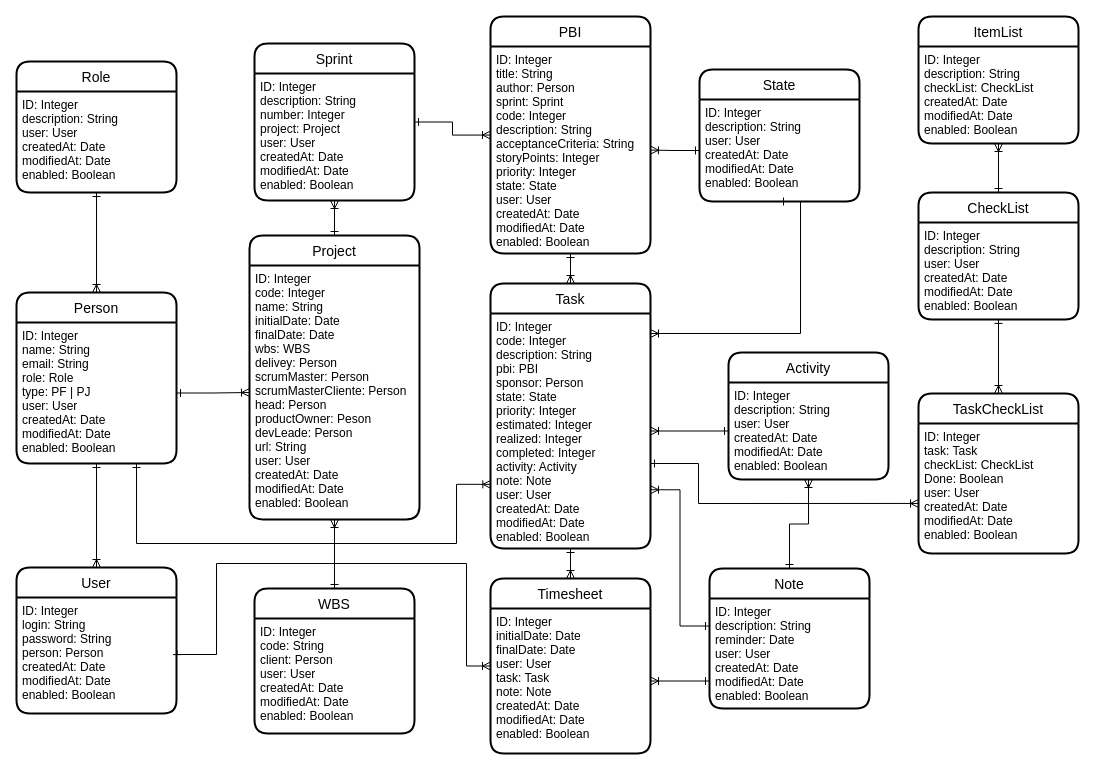
The draw.io diagram modelo_dados.drawio in marcoscrocci/timesheet, before the edit. Source tidied: cells renumbered, new cells numbered last; positions are measured from the earlier drawing's top-left corner, leaving out a move shared by most shapes. Both pictures are drawn from the tidied source at 100%, with x=0, y=0 at pixel (16, 16).
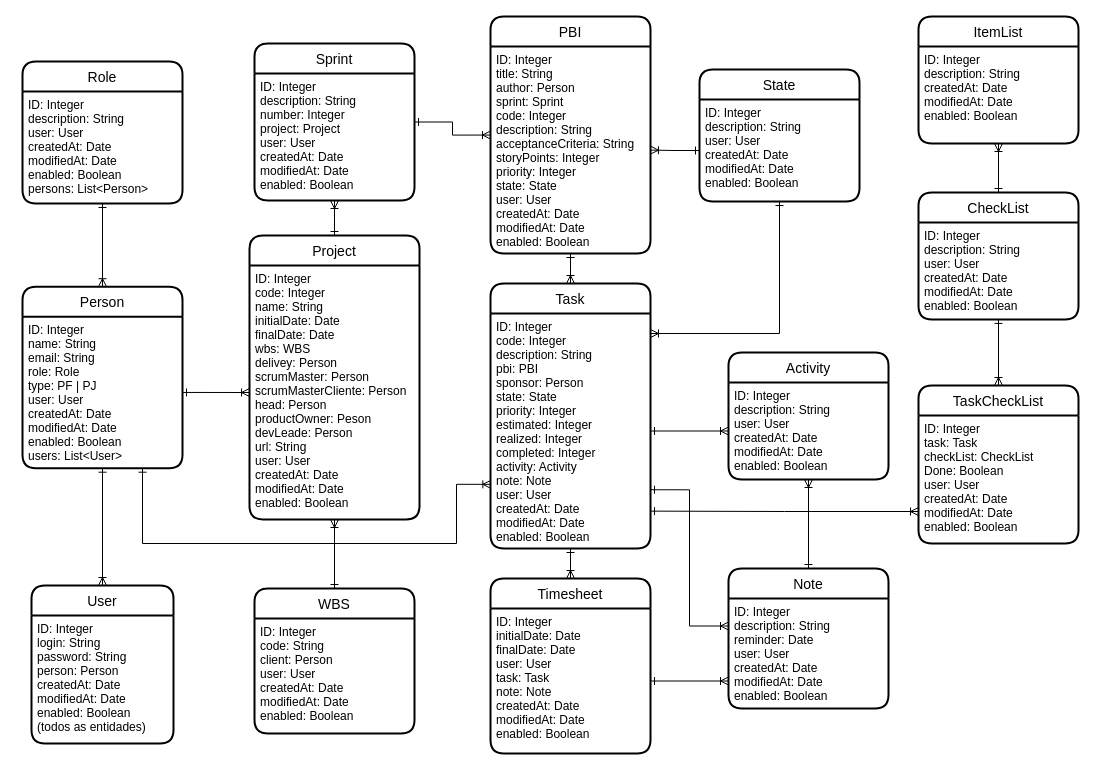
The same diagram, later.

Commit message:
feat(Modelo de Dados) Ajustes de relacionamento entre as entidades

Unchanged cells that the change refers to:
```xml
<mxCell id="12" value="Task" style="swimlane;horizontal=1;startSize=30;rounded=1;fontSize=14;fontStyle=0;strokeWidth=2;shadow=0;dashed=0;align=center;" parent="1" vertex="1">
  <mxGeometry x="474" y="267" width="160" height="265" as="geometry" />
</mxCell>
<mxCell id="13" value="ID: Integer&#10;code: Integer&#10;description: String&#10;pbi: PBI&#10;sponsor: Person&#10;state: State&#10;priority: Integer&#10;estimated: Integer&#10;realized: Integer&#10;completed: Integer&#10;activity: Activity&#10;note: Note&#10;user: User&#10;createdAt: Date&#10;modifiedAt: Date&#10;enabled: Boolean" style="align=left;strokeColor=none;fillColor=none;spacingLeft=4;fontSize=12;verticalAlign=top;" parent="12" vertex="1">
  <mxGeometry y="30" width="160" height="235" as="geometry" />
</mxCell>
<mxCell id="14" value="Timesheet" style="swimlane;horizontal=1;startSize=30;rounded=1;fontSize=14;fontStyle=0;strokeWidth=2;shadow=0;dashed=0;align=center;" parent="1" vertex="1">
  <mxGeometry x="474" y="562" width="160" height="175" as="geometry" />
</mxCell>
<mxCell id="15" value="ID: Integer&#10;initialDate: Date&#10;finalDate: Date&#10;user: User&#10;task: Task&#10;note: Note&#10;createdAt: Date&#10;modifiedAt: Date&#10;enabled: Boolean" style="align=left;strokeColor=none;fillColor=none;spacingLeft=4;fontSize=12;verticalAlign=top;" parent="14" vertex="1">
  <mxGeometry y="30" width="160" height="145" as="geometry" />
</mxCell>
<mxCell id="23" value="ID: Integer&#10;description: String&#10;user: User&#10;createdAt: Date&#10;modifiedAt: Date&#10;enabled: Boolean" style="align=left;strokeColor=none;fillColor=none;spacingLeft=4;fontSize=12;verticalAlign=top;" parent="22" vertex="1">
  <mxGeometry y="30" width="160" height="102" as="geometry" />
</mxCell>
<mxCell id="27" value="ID: Integer&#10;description: String&#10;user: User&#10;createdAt: Date&#10;modifiedAt: Date&#10;enabled: Boolean" style="align=left;strokeColor=none;fillColor=none;spacingLeft=4;fontSize=12;verticalAlign=top;" parent="26" vertex="1">
  <mxGeometry y="30" width="160" height="97" as="geometry" />
</mxCell>
<mxCell id="31" value="ID: Integer&#10;description: String&#10;reminder: Date&#10;user: User&#10;createdAt: Date&#10;modifiedAt: Date&#10;enabled: Boolean" style="align=left;strokeColor=none;fillColor=none;spacingLeft=4;fontSize=12;verticalAlign=top;" parent="30" vertex="1">
  <mxGeometry y="30" width="160" height="110" as="geometry" />
</mxCell>
<mxCell id="43" value="CheckList" style="swimlane;horizontal=1;startSize=30;rounded=1;fontSize=14;fontStyle=0;strokeWidth=2;shadow=0;dashed=0;align=center;" parent="1" vertex="1">
  <mxGeometry x="902" y="176" width="160" height="126.9" as="geometry" />
</mxCell>
<mxCell id="44" value="ID: Integer&#10;description: String&#10;user: User&#10;createdAt: Date&#10;modifiedAt: Date&#10;enabled: Boolean" style="align=left;strokeColor=none;fillColor=none;spacingLeft=4;fontSize=12;verticalAlign=top;" parent="43" vertex="1">
  <mxGeometry y="30" width="160" height="96.9" as="geometry" />
</mxCell>
<mxCell id="45" value="ItemList" style="swimlane;horizontal=1;startSize=30;rounded=1;fontSize=14;fontStyle=0;strokeWidth=2;shadow=0;dashed=0;align=center;" parent="1" vertex="1">
  <mxGeometry x="902" y="0.1" width="160" height="126.9" as="geometry" />
</mxCell>
```

Diff of the diagram source:
```diff
@@
     <mxCell id="5" value="Person" style="swimlane;horizontal=1;startSize=30;rounded=1;fontSize=14;fontStyle=0;strokeWidth=2;shadow=0;dashed=0;align=center;" parent="1" vertex="1">
-      <mxGeometry y="276" width="160" height="171" as="geometry" />
+      <mxGeometry x="6" y="270.2" width="160" height="181.5" as="geometry" />
     </mxCell>
-    <mxCell id="6" value="ID: Integer&#10;name: String&#10;email: String&#10;role: Role&#10;type: PF | PJ&#10;user: User&#10;createdAt: Date&#10;modifiedAt: Date&#10;enabled: Boolean" style="align=left;strokeColor=none;fillColor=none;spacingLeft=4;fontSize=12;verticalAlign=top;" parent="5" vertex="1">
-      <mxGeometry y="30" width="160" height="141" as="geometry" />
+    <mxCell id="6" value="ID: Integer&#10;name: String&#10;email: String&#10;role: Role&#10;type: PF | PJ&#10;user: User&#10;createdAt: Date&#10;modifiedAt: Date&#10;enabled: Boolean&#10;users: List&lt;User&gt;" style="align=left;strokeColor=none;fillColor=none;spacingLeft=4;fontSize=12;verticalAlign=top;" parent="5" vertex="1">
+      <mxGeometry y="30" width="160" height="151.5" as="geometry" />
     </mxCell>
@@
-    <mxCell id="11" style="edgeStyle=orthogonalEdgeStyle;rounded=0;jettySize=auto;html=1;startArrow=ERone;startFill=0;endArrow=ERoneToMany;endFill=0;entryX=0;entryY=0.615;entryDx=0;entryDy=0;entryPerimeter=0;" parent="1" edge="1" source="12" target="49">
-      <mxGeometry relative="1" as="geometry">
-        <Array as="points">
-          <mxPoint x="682" y="447" />
-          <mxPoint x="682" y="487" />
-        </Array>
-      </mxGeometry>
-    </mxCell>
@@
     <mxCell id="19" value="Role" style="swimlane;horizontal=1;startSize=30;rounded=1;fontSize=14;fontStyle=0;strokeWidth=2;shadow=0;dashed=0;align=center;" parent="1" vertex="1">
-      <mxGeometry y="45" width="160" height="131" as="geometry" />
+      <mxGeometry x="6" y="45" width="160" height="142" as="geometry" />
     </mxCell>
-    <mxCell id="20" value="ID: Integer&#10;description: String&#10;user: User&#10;createdAt: Date&#10;modifiedAt: Date&#10;enabled: Boolean" style="align=left;strokeColor=none;fillColor=none;spacingLeft=4;fontSize=12;verticalAlign=top;" parent="19" vertex="1">
-      <mxGeometry y="30" width="160" height="101" as="geometry" />
+    <mxCell id="20" value="ID: Integer&#10;description: String&#10;user: User&#10;createdAt: Date&#10;modifiedAt: Date&#10;enabled: Boolean&#10;persons: List&lt;Person&gt;" style="align=left;strokeColor=none;fillColor=none;spacingLeft=4;fontSize=12;verticalAlign=top;" parent="19" vertex="1">
+      <mxGeometry y="30" width="160" height="112" as="geometry" />
     </mxCell>
@@
     <mxCell id="25" style="edgeStyle=orthogonalEdgeStyle;rounded=0;jettySize=auto;html=1;exitX=0.5;exitY=1;exitDx=0;exitDy=0;startArrow=ERone;startFill=0;endArrow=ERoneToMany;endFill=0;" parent="1" edge="1" source="23">
       <mxGeometry relative="1" as="geometry">
         <mxPoint x="634" y="317" as="targetPoint" />
         <Array as="points">
-          <mxPoint x="784" y="317" />
+          <mxPoint x="763" y="317" />
         </Array>
       </mxGeometry>
     </mxCell>
@@
-    <mxCell id="28" style="edgeStyle=orthogonalEdgeStyle;rounded=0;jettySize=auto;html=1;startArrow=ERone;startFill=0;endArrow=ERoneToMany;endFill=0;" parent="1" edge="1" source="27" target="13">
+    <mxCell id="28" style="edgeStyle=orthogonalEdgeStyle;rounded=0;jettySize=auto;html=1;startArrow=ERoneToMany;startFill=0;endArrow=ERone;endFill=0;" parent="1" edge="1" source="27" target="13">
       <mxGeometry relative="1" as="geometry" />
     </mxCell>
@@
     <mxCell id="30" value="Note" style="swimlane;horizontal=1;startSize=30;rounded=1;fontSize=14;fontStyle=0;strokeWidth=2;shadow=0;dashed=0;align=center;" parent="1" vertex="1">
-      <mxGeometry x="693" y="552" width="160" height="140" as="geometry" />
+      <mxGeometry x="712" y="552" width="160" height="140" as="geometry" />
     </mxCell>
@@
-    <mxCell id="35" style="edgeStyle=orthogonalEdgeStyle;rounded=0;jettySize=auto;html=1;exitX=0;exitY=0.75;exitDx=0;exitDy=0;startArrow=ERone;startFill=0;endArrow=ERoneToMany;endFill=0;entryX=1;entryY=0.5;entryDx=0;entryDy=0;" parent="1" edge="1" source="31" target="15">
+    <mxCell id="35" style="edgeStyle=orthogonalEdgeStyle;rounded=0;jettySize=auto;html=1;exitX=0;exitY=0.75;exitDx=0;exitDy=0;startArrow=ERoneToMany;startFill=0;endArrow=ERone;endFill=0;entryX=1;entryY=0.5;entryDx=0;entryDy=0;" parent="1" edge="1" source="31" target="15">
       <mxGeometry relative="1" as="geometry" />
     </mxCell>
-    <mxCell id="36" style="edgeStyle=orthogonalEdgeStyle;rounded=0;jettySize=auto;html=1;exitX=0;exitY=0.25;exitDx=0;exitDy=0;entryX=1;entryY=0.75;entryDx=0;entryDy=0;startArrow=ERone;startFill=0;endArrow=ERoneToMany;endFill=0;" parent="1" edge="1" source="31" target="13">
+    <mxCell id="36" style="edgeStyle=orthogonalEdgeStyle;rounded=0;jettySize=auto;html=1;exitX=0;exitY=0.25;exitDx=0;exitDy=0;entryX=1;entryY=0.75;entryDx=0;entryDy=0;startArrow=ERoneToMany;startFill=0;endArrow=ERone;endFill=0;" parent="1" edge="1" source="31" target="13">
       <mxGeometry relative="1" as="geometry" />
     </mxCell>
     <mxCell id="37" value="User" style="swimlane;horizontal=1;startSize=30;rounded=1;fontSize=14;fontStyle=0;strokeWidth=2;shadow=0;dashed=0;align=center;" parent="1" vertex="1">
-      <mxGeometry y="551" width="160" height="146" as="geometry" />
+      <mxGeometry x="15" y="569" width="142" height="158" as="geometry" />
     </mxCell>
-    <mxCell id="38" value="ID: Integer&#10;login: String&#10;password: String&#10;person: Person&#10;createdAt: Date&#10;modifiedAt: Date&#10;enabled: Boolean" style="align=left;strokeColor=none;fillColor=none;spacingLeft=4;fontSize=12;verticalAlign=top;" parent="37" vertex="1">
-      <mxGeometry y="30" width="160" height="116" as="geometry" />
+    <mxCell id="38" value="ID: Integer&#10;login: String&#10;password: String&#10;person: Person&#10;createdAt: Date&#10;modifiedAt: Date&#10;enabled: Boolean&#10;(todos as entidades)" style="align=left;strokeColor=none;fillColor=none;spacingLeft=4;fontSize=12;verticalAlign=top;" parent="37" vertex="1">
+      <mxGeometry y="30" width="142" height="128" as="geometry" />
     </mxCell>
@@
     <mxCell id="40" style="edgeStyle=orthogonalEdgeStyle;rounded=0;jettySize=auto;html=1;exitX=0.75;exitY=1;exitDx=0;exitDy=0;entryX=0.002;entryY=0.727;entryDx=0;entryDy=0;startArrow=ERone;startFill=0;endArrow=ERoneToMany;endFill=0;entryPerimeter=0;" parent="1" edge="1" source="6" target="13">
       <mxGeometry relative="1" as="geometry">
         <Array as="points">
-          <mxPoint x="120" y="527" />
+          <mxPoint x="126" y="527" />
           <mxPoint x="440" y="527" />
           <mxPoint x="440" y="468" />
         </Array>
       </mxGeometry>
     </mxCell>
-    <mxCell id="41" style="edgeStyle=orthogonalEdgeStyle;rounded=0;jettySize=auto;html=1;entryX=0;entryY=0.5;entryDx=0;entryDy=0;startArrow=ERone;startFill=0;endArrow=ERoneToMany;endFill=0;exitX=1.003;exitY=0.458;exitDx=0;exitDy=0;exitPerimeter=0;" parent="1" edge="1" source="38" target="14">
-      <mxGeometry relative="1" as="geometry">
-        <Array as="points">
-          <mxPoint x="160" y="638" />
-          <mxPoint x="200" y="638" />
-          <mxPoint x="200" y="547" />
-          <mxPoint x="450" y="547" />
-          <mxPoint x="450" y="650" />
-        </Array>
-      </mxGeometry>
-    </mxCell>
@@
-    <mxCell id="46" value="ID: Integer&#10;description: String&#10;checkList: CheckList&#10;createdAt: Date&#10;modifiedAt: Date&#10;enabled: Boolean" style="align=left;strokeColor=none;fillColor=none;spacingLeft=4;fontSize=12;verticalAlign=top;" parent="45" vertex="1">
+    <mxCell id="46" value="ID: Integer&#10;description: String&#10;createdAt: Date&#10;modifiedAt: Date&#10;enabled: Boolean" style="align=left;strokeColor=none;fillColor=none;spacingLeft=4;fontSize=12;verticalAlign=top;" parent="45" vertex="1">
       <mxGeometry y="30" width="160" height="96.9" as="geometry" />
     </mxCell>
-    <mxCell id="47" style="edgeStyle=orthogonalEdgeStyle;rounded=0;jettySize=auto;html=1;exitX=0.5;exitY=0;exitDx=0;exitDy=0;entryX=0.5;entryY=1;entryDx=0;entryDy=0;startArrow=ERone;startFill=0;endArrow=ERoneToMany;endFill=0;" parent="1" edge="1" source="43" target="46">
-      <mxGeometry relative="1" as="geometry" />
-    </mxCell>
+    <mxCell id="51" style="edgeStyle=orthogonalEdgeStyle;rounded=0;sketch=0;jettySize=auto;html=1;exitX=0.5;exitY=0;exitDx=0;exitDy=0;entryX=0.5;entryY=1;entryDx=0;entryDy=0;shadow=0;startArrow=ERoneToMany;startFill=0;endArrow=ERone;endFill=0;" parent="1" edge="1" source="48" target="44">
+      <mxGeometry relative="1" as="geometry" />
+    </mxCell>
     <mxCell id="48" value="TaskCheckList" style="swimlane;horizontal=1;startSize=30;rounded=1;fontSize=14;fontStyle=0;strokeWidth=2;shadow=0;dashed=0;align=center;" parent="1" vertex="1">
-      <mxGeometry x="902" y="377" width="160" height="160" as="geometry" />
+      <mxGeometry x="902" y="369" width="160" height="158" as="geometry" />
     </mxCell>
     <mxCell id="49" value="ID: Integer&#10;task: Task&#10;checkList: CheckList&#10;Done: Boolean&#10;user: User&#10;createdAt: Date&#10;modifiedAt: Date&#10;enabled: Boolean" style="align=left;strokeColor=none;fillColor=none;spacingLeft=4;fontSize=12;verticalAlign=top;" parent="48" vertex="1">
-      <mxGeometry y="30" width="160" height="130" as="geometry" />
+      <mxGeometry y="30" width="160" height="128" as="geometry" />
     </mxCell>
-    <mxCell id="50" style="edgeStyle=orthogonalEdgeStyle;rounded=0;jettySize=auto;html=1;exitX=0.5;exitY=1;exitDx=0;exitDy=0;entryX=0.5;entryY=0;entryDx=0;entryDy=0;startArrow=ERone;startFill=0;endArrow=ERoneToMany;endFill=0;" parent="1" edge="1" source="44" target="48">
-      <mxGeometry relative="1" as="geometry" />
-    </mxCell>
+    <mxCell id="52" style="edgeStyle=orthogonalEdgeStyle;rounded=0;sketch=0;jettySize=auto;html=1;exitX=0.5;exitY=1;exitDx=0;exitDy=0;entryX=0.5;entryY=0;entryDx=0;entryDy=0;shadow=0;startArrow=ERoneToMany;startFill=0;endArrow=ERone;endFill=0;" parent="1" edge="1" source="46" target="43">
+      <mxGeometry relative="1" as="geometry" />
+    </mxCell>
+    <mxCell id="53" style="edgeStyle=orthogonalEdgeStyle;rounded=0;sketch=0;jettySize=auto;html=1;exitX=0;exitY=0.75;exitDx=0;exitDy=0;entryX=1;entryY=0.841;entryDx=0;entryDy=0;entryPerimeter=0;shadow=0;startArrow=ERoneToMany;startFill=0;endArrow=ERone;endFill=0;" parent="1" edge="1" source="49" target="13">
+      <mxGeometry relative="1" as="geometry" />
+    </mxCell>
```
